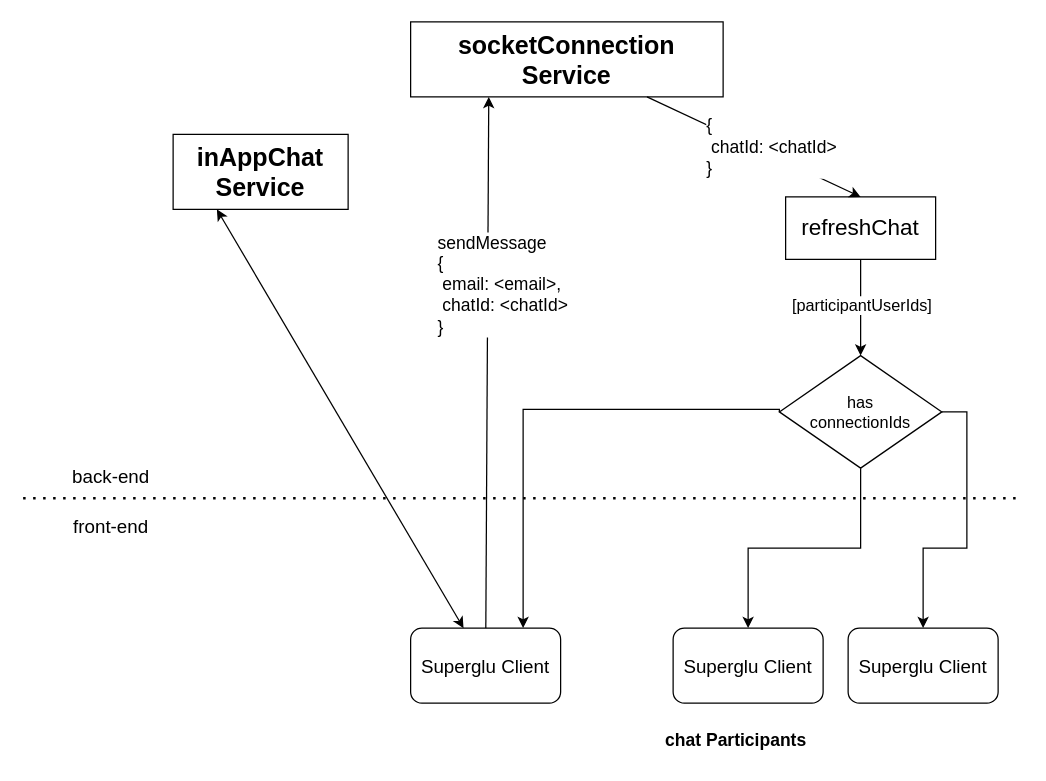
Earlier version of the draw.io diagram inAppChatServiceOverview.drawio (heshanWick/superglu-diagrams). Source tidied: cells renumbered, new cells numbered last; positions are measured from the earlier drawing's top-left corner, leaving out a move shared by most shapes. Both pictures are drawn from the tidied source at 125%, with x=0, y=0 at pixel (22, 21).
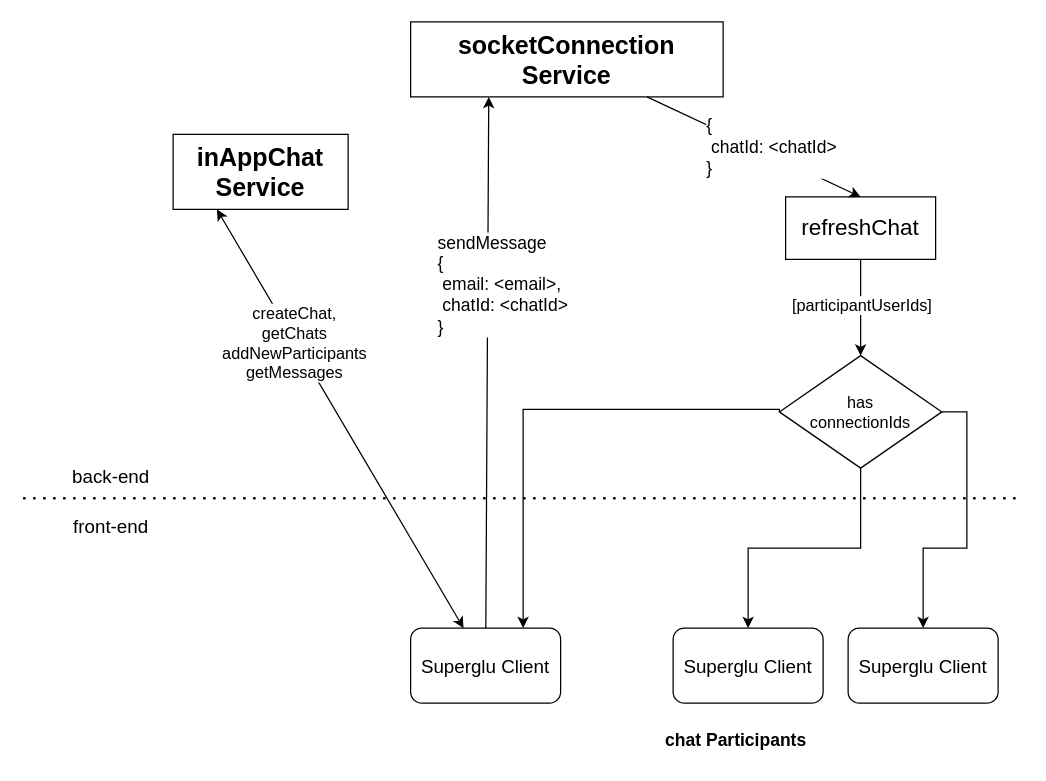
Above is the later version.

Unchanged cells that the change refers to:
```xml
<mxCell id="8" style="endArrow=classic;startArrow=classic;html=1;rounded=0;fontSize=15;entryX=0.25;entryY=1;entryDx=0;entryDy=0;" parent="1" edge="1" source="7" target="2">
  <mxGeometry relative="1" as="geometry" />
</mxCell>
```

Diff of the diagram source:
```diff
@@
+    <mxCell id="23" value="&lt;div&gt;createChat,&lt;/div&gt;&lt;div&gt;getChats&lt;/div&gt;&lt;div&gt;addNewParticipants&lt;/div&gt;&lt;div&gt;getMessages&lt;br&gt;&lt;/div&gt;" style="edgeLabel;html=1;align=center;verticalAlign=middle;fontSize=13;" parent="8" vertex="1">
+      <mxGeometry x="0.37" y="1" relative="1" as="geometry" />
+    </mxCell>
```
